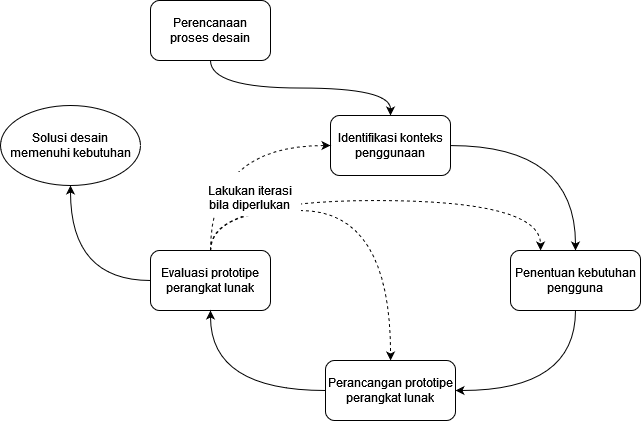
Above: src/resources/chapter-1-method.png in BaconLover307/ta-latex-uiux-digital-wellbeing (draw.io), before the change. Source tidied: cells renumbered, new cells last; positions are measured from the earlier drawing's top-left corner, leaving out a move shared by most shapes.
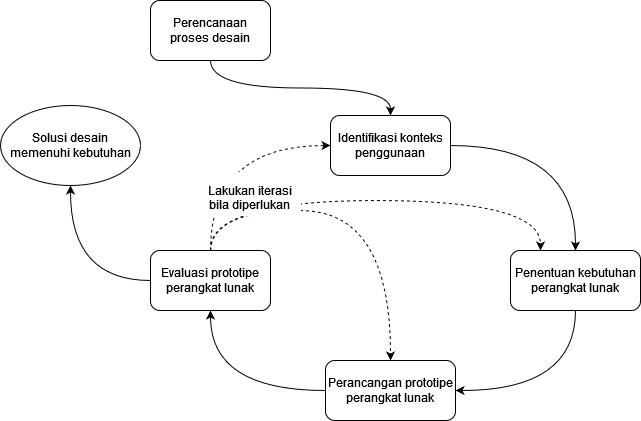
After the commit.

The edit, as a diff of the source:
```diff
@@ -14,7 +14,7 @@
     <mxCell id="5" style="edgeStyle=orthogonalEdgeStyle;curved=1;rounded=0;jettySize=auto;html=1;entryX=1;entryY=0.5;entryDx=0;entryDy=0;exitX=0.5;exitY=1;exitDx=0;exitDy=0;" parent="1" edge="1" source="6" target="13">
       <mxGeometry relative="1" as="geometry" />
     </mxCell>
-    <mxCell id="6" value="&lt;div&gt;Penentuan kebutuhan pengguna&lt;br&gt;&lt;/div&gt;" style="rounded=1;whiteSpace=wrap;html=1;" parent="1" vertex="1">
+    <mxCell id="6" value="&lt;div&gt;Penentuan kebutuhan perangkat lunak&lt;br&gt;&lt;/div&gt;" style="rounded=1;whiteSpace=wrap;html=1;" parent="1" vertex="1">
       <mxGeometry x="510" y="250" width="130" height="60" as="geometry" />
     </mxCell>
     <mxCell id="7" style="edgeStyle=orthogonalEdgeStyle;curved=1;rounded=0;jettySize=auto;html=1;entryX=0.5;entryY=1;entryDx=0;entryDy=0;" parent="1" edge="1" source="11" target="15">
```
